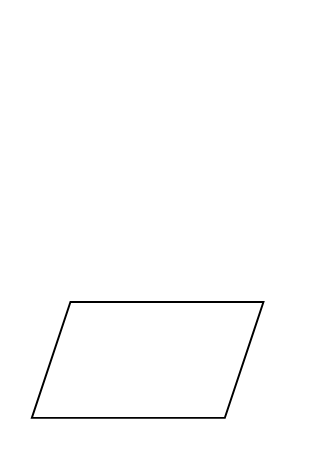
Before: Untitled Diagram.drawio in riddhiguna/testRepoProject, a draw.io diagram. Source tidied: cells renumbered, new cells numbered last; positions are measured from the earlier drawing's top-left corner, leaving out a move shared by most shapes. Both pictures are drawn from the tidied source at 193%, with x=0, y=0 at pixel (31, 301).
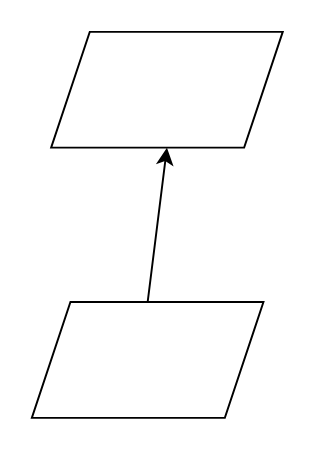
After the change.

What changed in the source:
```diff
@@
 <mxGraphModel>
   <root>
     <mxCell id="0" />
     <mxCell id="1" parent="0" />
     <mxCell id="2" style="shape=parallelogram;perimeter=parallelogramPerimeter;whiteSpace=wrap;html=1;fixedSize=1;" parent="1" vertex="1">
       <mxGeometry width="120" height="60" as="geometry" />
     </mxCell>
+    <mxCell id="3" style="shape=parallelogram;perimeter=parallelogramPerimeter;whiteSpace=wrap;html=1;fixedSize=1;" parent="1" vertex="1">
+      <mxGeometry x="10" y="-140" width="120" height="60" as="geometry" />
+    </mxCell>
+    <mxCell id="4" style="endArrow=classic;html=1;rounded=0;entryX=0.5;entryY=1;entryDx=0;entryDy=0;exitX=0.5;exitY=0;exitDx=0;exitDy=0;" parent="1" edge="1" source="2" target="3">
+      <mxGeometry relative="1" as="geometry" />
+    </mxCell>
   </root>
 </mxGraphModel>
```
